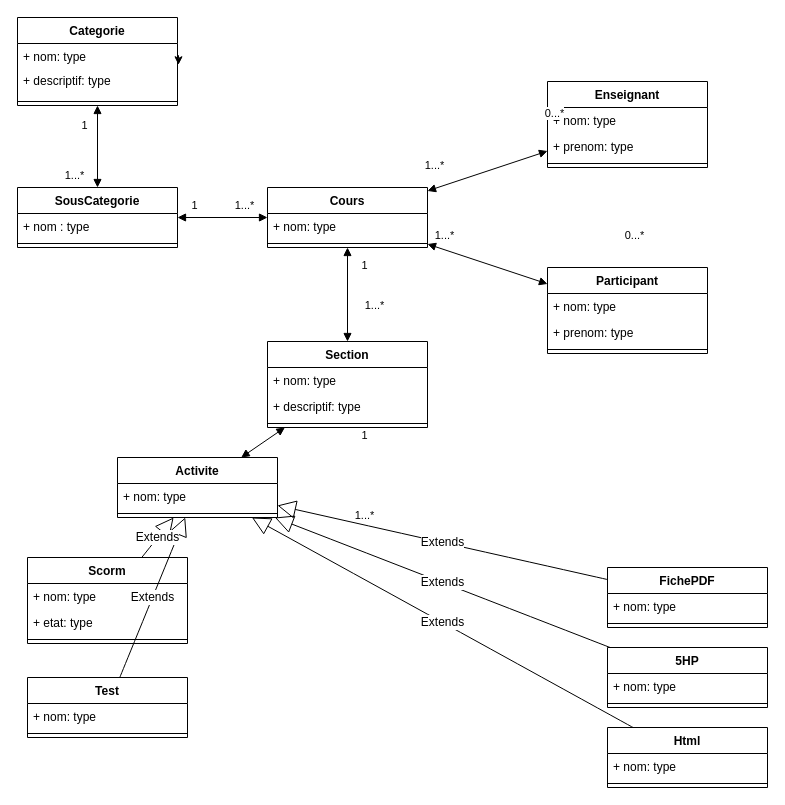
jean-seb-2106/pythontest keeps this draw.io diagram as MasKaret.drawio. Above is the earlier version. Source tidied: cells renumbered, new cells numbered last; positions are measured from the earlier drawing's top-left corner, leaving out a move shared by most shapes. Both pictures are drawn from the tidied source at 100%, with x=0, y=0 at pixel (17, 17).
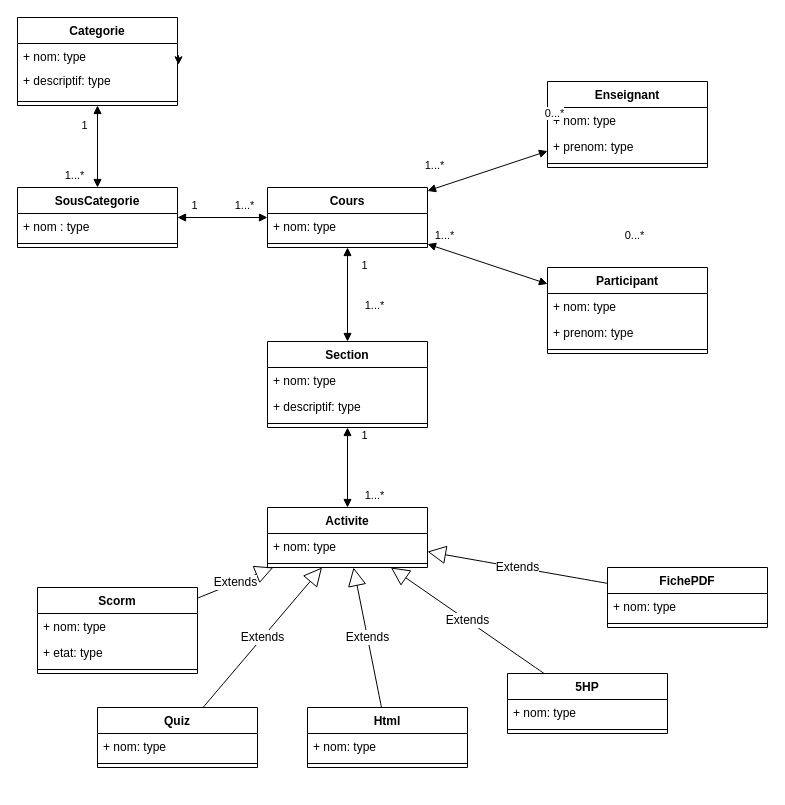
The same diagram, later.

Commit message:
Mettre à jour MasKaret.drawio

What changed in the source:
```diff
@@
     <mxCell id="13" value="Activite" style="swimlane;fontStyle=1;align=center;verticalAlign=top;horizontal=1;startSize=26;whiteSpace=wrap;html=1;" parent="1" vertex="1">
-      <mxGeometry x="100" y="440" width="160" height="60" as="geometry" />
+      <mxGeometry x="250" y="490" width="160" height="60" as="geometry" />
     </mxCell>
@@
     <mxCell id="24" value="Scorm" style="swimlane;fontStyle=1;align=center;verticalAlign=top;horizontal=1;startSize=26;whiteSpace=wrap;html=1;" parent="1" vertex="1">
-      <mxGeometry x="10" y="540" width="160" height="86" as="geometry" />
+      <mxGeometry x="20" y="570" width="160" height="86" as="geometry" />
     </mxCell>
@@
-    <mxCell id="33" value="Test" style="swimlane;fontStyle=1;align=center;verticalAlign=top;horizontal=1;startSize=26;whiteSpace=wrap;html=1;" parent="1" vertex="1">
-      <mxGeometry x="10" y="660" width="160" height="60" as="geometry" />
+    <mxCell id="33" value="Quiz" style="swimlane;fontStyle=1;align=center;verticalAlign=top;horizontal=1;startSize=26;whiteSpace=wrap;html=1;" parent="1" vertex="1">
+      <mxGeometry x="80" y="690" width="160" height="60" as="geometry" />
     </mxCell>
@@
     <mxCell id="50" value="Html" style="swimlane;fontStyle=1;align=center;verticalAlign=top;horizontal=1;startSize=26;whiteSpace=wrap;html=1;" parent="1" vertex="1">
-      <mxGeometry x="590" y="710" width="160" height="60" as="geometry" />
+      <mxGeometry x="290" y="690" width="160" height="60" as="geometry" />
     </mxCell>
@@
     <mxCell id="56" value="1...*" style="edgeLabel;html=1;align=center;verticalAlign=middle;" parent="1" vertex="1">
-      <mxGeometry x="320" y="490" as="geometry">
+      <mxGeometry x="330" y="470" as="geometry">
         <mxPoint x="26" y="7" as="offset" />
       </mxGeometry>
     </mxCell>
@@
     <mxCell id="63" value="5HP" style="swimlane;fontStyle=1;align=center;verticalAlign=top;horizontal=1;startSize=26;whiteSpace=wrap;html=1;" parent="1" vertex="1">
-      <mxGeometry x="590" y="630" width="160" height="60" as="geometry" />
+      <mxGeometry x="490" y="656" width="160" height="60" as="geometry" />
     </mxCell>
```
